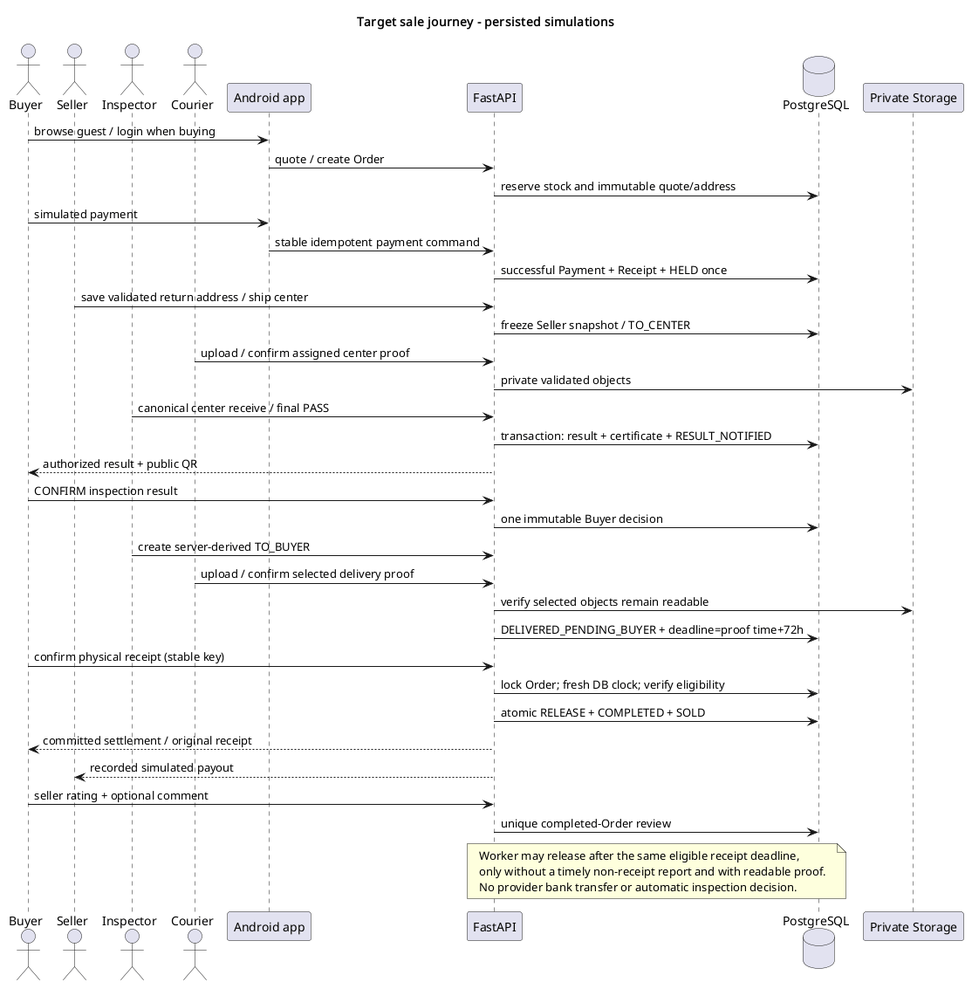
naithammarak/secondhand-marketplace-android-app keeps this PlantUML diagram as doc/submission-2026-10-08/diagrams/rendered/sale-sequence.png. Above is the earlier version.
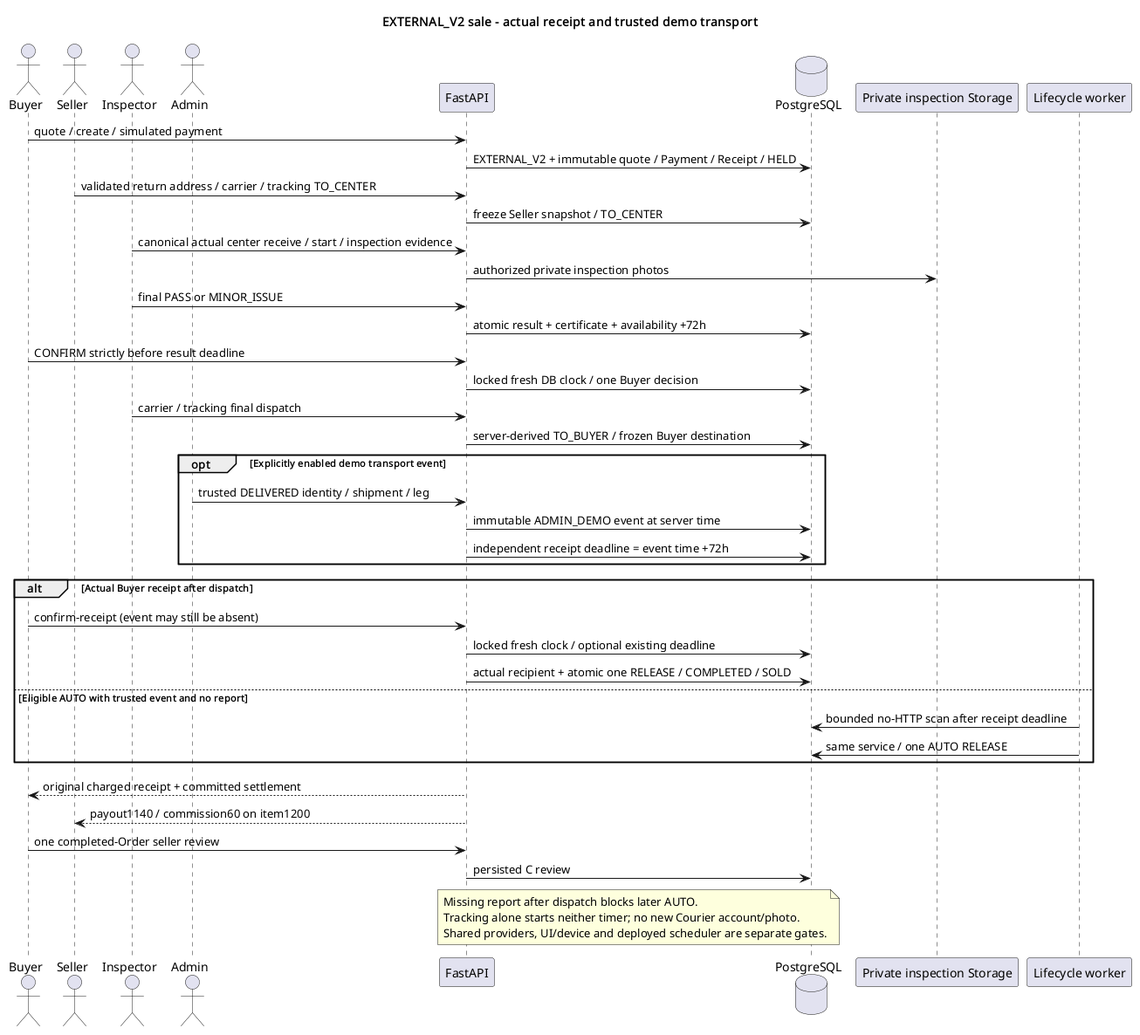
The same file after the commit.

The edit, as a diff of the source:
```diff
@@ -1,46 +1,48 @@
 @startuml
-title Target sale journey - persisted simulations
+title EXTERNAL_V2 sale - actual receipt and trusted demo transport
 skinparam defaultFontName SansSerif
 skinparam backgroundColor #FFFFFF
 skinparam shadowing false
 actor Buyer
 actor Seller
 actor Inspector
-actor Courier
-participant "Android app" as App
-participant "FastAPI" as API
+actor Admin
+participant FastAPI as API
 database PostgreSQL as DB
-participant "Private Storage" as Storage
-
-Buyer -> App : browse guest / login when buying
-App -> API : quote / create Order
-API -> DB : reserve stock and immutable quote/address
-Buyer -> App : simulated payment
-App -> API : stable idempotent payment command
-API -> DB : successful Payment + Receipt + HELD once
-Seller -> API : save validated return address / ship center
+participant "Private inspection Storage" as Storage
+participant "Lifecycle worker" as Worker
+Buyer -> API : quote / create / simulated payment
+API -> DB : EXTERNAL_V2 + immutable quote / Payment / Receipt / HELD
+Seller -> API : validated return address / carrier / tracking TO_CENTER
 API -> DB : freeze Seller snapshot / TO_CENTER
-Courier -> API : upload / confirm assigned center proof
-API -> Storage : private validated objects
-Inspector -> API : canonical center receive / final PASS
-API -> DB : transaction: result + certificate + RESULT_NOTIFIED
-API --> Buyer : authorized result + public QR
-Buyer -> API : CONFIRM inspection result
-API -> DB : one immutable Buyer decision
-Inspector -> API : create server-derived TO_BUYER
-Courier -> API : upload / confirm selected delivery proof
-API -> Storage : verify selected objects remain readable
-API -> DB : DELIVERED_PENDING_BUYER + deadline=proof time+72h
-Buyer -> API : confirm physical receipt (stable key)
-API -> DB : lock Order; fresh DB clock; verify eligibility
-API -> DB : atomic RELEASE + COMPLETED + SOLD
-API --> Buyer : committed settlement / original receipt
-API --> Seller : recorded simulated payout
-Buyer -> API : seller rating + optional comment
-API -> DB : unique completed-Order review
+Inspector -> API : canonical actual center receive / start / inspection evidence
+API -> Storage : authorized private inspection photos
+Inspector -> API : final PASS or MINOR_ISSUE
+API -> DB : atomic result + certificate + availability +72h
+Buyer -> API : CONFIRM strictly before result deadline
+API -> DB : locked fresh DB clock / one Buyer decision
+Inspector -> API : carrier / tracking final dispatch
+API -> DB : server-derived TO_BUYER / frozen Buyer destination
+opt Explicitly enabled demo transport event
+  Admin -> API : trusted DELIVERED identity / shipment / leg
+  API -> DB : immutable ADMIN_DEMO event at server time
+  API -> DB : independent receipt deadline = event time +72h
+end
+alt Actual Buyer receipt after dispatch
+  Buyer -> API : confirm-receipt (event may still be absent)
+  API -> DB : locked fresh clock / optional existing deadline
+  API -> DB : actual recipient + atomic one RELEASE / COMPLETED / SOLD
+else Eligible AUTO with trusted event and no report
+  Worker -> DB : bounded no-HTTP scan after receipt deadline
+  Worker -> DB : same service / one AUTO RELEASE
+end
+API --> Buyer : original charged receipt + committed settlement
+API --> Seller : payout1140 / commission60 on item1200
+Buyer -> API : one completed-Order seller review
+API -> DB : persisted C review
 note over API,DB
-  Worker may release after the same eligible receipt deadline,
-  only without a timely non-receipt report and with readable proof.
-  No provider bank transfer or automatic inspection decision.
+  Missing report after dispatch blocks later AUTO.
+  Tracking alone starts neither timer; no new Courier account/photo.
+  Shared providers, UI/device and deployed scheduler are separate gates.
 end note
 @enduml
```
